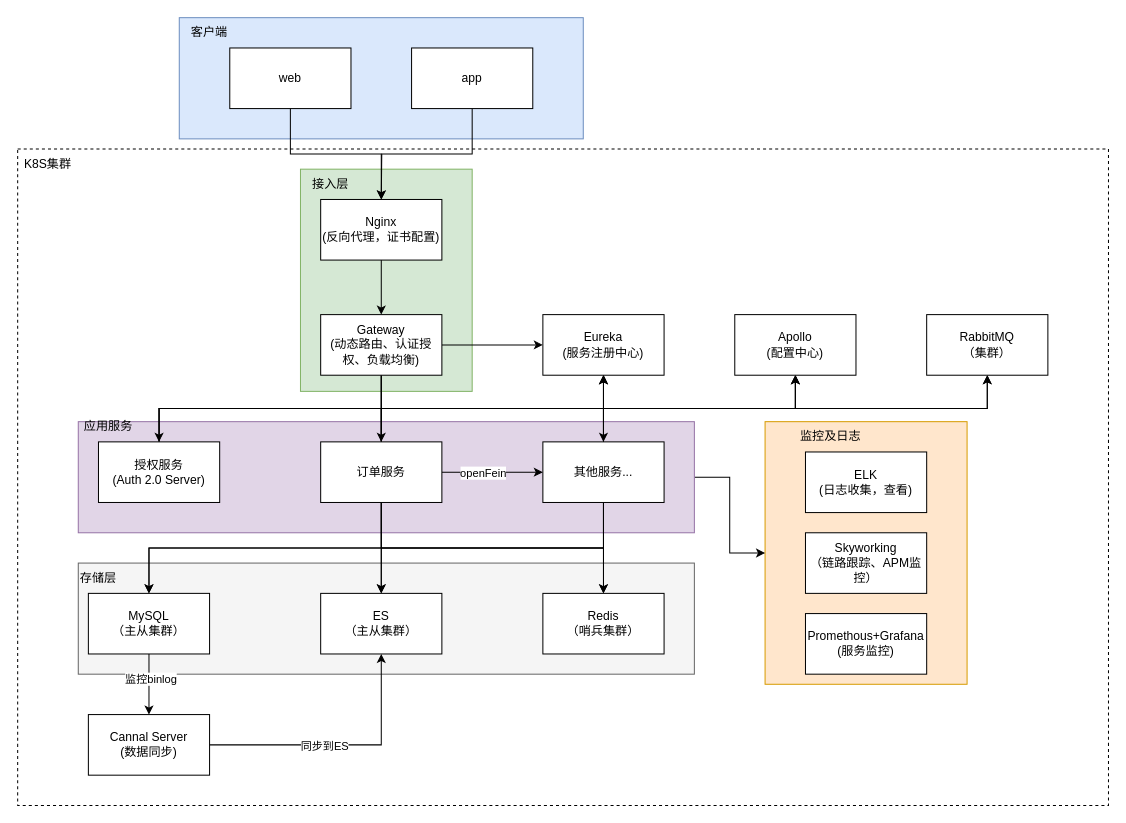
Earlier version of the draw.io diagram 立刻说项目架构.drawio (sinfar/draw). Source tidied: cells renumbered, new cells numbered last; positions are measured from the earlier drawing's top-left corner, leaving out a move shared by most shapes. Both pictures are drawn from the tidied source at 101%, with x=0, y=0 at pixel (17, 17).
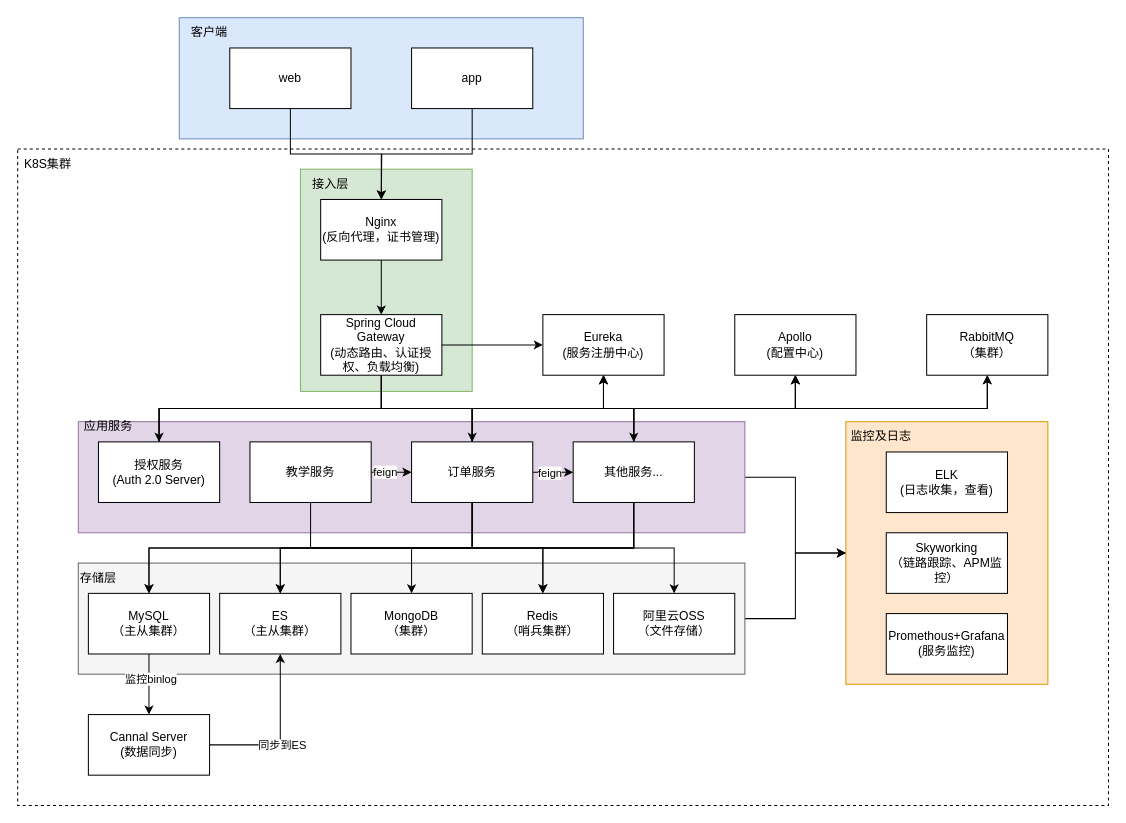
The same diagram, later.

Commit message (it also covers changes not shown here):
更新立刻说项目架构.drawio

Diff of the diagram source:
```diff
@@
     <mxCell id="3" style="rounded=0;whiteSpace=wrap;html=1;fillColor=#ffe6cc;strokeColor=#d79b00;" parent="1" vertex="1">
-      <mxGeometry x="740" y="400" width="200" height="260" as="geometry" />
+      <mxGeometry x="820" y="400" width="200" height="260" as="geometry" />
     </mxCell>
+    <mxCell id="59" style="edgeStyle=orthogonalEdgeStyle;rounded=0;jettySize=auto;html=1;exitX=1;exitY=0.5;exitDx=0;exitDy=0;entryX=0;entryY=0.5;entryDx=0;entryDy=0;" parent="1" edge="1" source="4" target="3">
+      <mxGeometry relative="1" as="geometry" />
+    </mxCell>
     <mxCell id="4" style="rounded=0;whiteSpace=wrap;html=1;fillColor=#f5f5f5;strokeColor=#666666;fontColor=#333333;" parent="1" vertex="1">
-      <mxGeometry x="60" y="540" width="610" height="110" as="geometry" />
+      <mxGeometry x="60" y="540" width="660" height="110" as="geometry" />
     </mxCell>
@@
     <mxCell id="7" style="rounded=0;whiteSpace=wrap;html=1;fillColor=#e1d5e7;strokeColor=#9673a6;" parent="1" vertex="1">
-      <mxGeometry x="60" y="400" width="610" height="110" as="geometry" />
+      <mxGeometry x="60" y="400" width="660" height="110" as="geometry" />
     </mxCell>
@@
-    <mxCell id="14" value="Nginx&lt;br&gt;(反向代理，证书配置)" style="rounded=0;whiteSpace=wrap;html=1;" parent="1" vertex="1">
+    <mxCell id="14" value="Nginx&lt;br&gt;(反向代理，证书管理)" style="rounded=0;whiteSpace=wrap;html=1;" parent="1" vertex="1">
       <mxGeometry x="300" y="180" width="120" height="60" as="geometry" />
     </mxCell>
@@
-    <mxCell id="19" value="Gateway&lt;br&gt;(动态路由、认证授权、负载均衡)" style="rounded=0;whiteSpace=wrap;html=1;" parent="1" vertex="1">
+    <mxCell id="19" value="Spring Cloud Gateway&lt;br&gt;(动态路由、认证授权、负载均衡)" style="rounded=0;whiteSpace=wrap;html=1;" parent="1" vertex="1">
       <mxGeometry x="300" y="294" width="120" height="60" as="geometry" />
     </mxCell>
@@
-    <mxCell id="22" style="edgeStyle=orthogonalEdgeStyle;rounded=0;jettySize=auto;html=1;exitX=1;exitY=0.5;exitDx=0;exitDy=0;entryX=0;entryY=0.5;entryDx=0;entryDy=0;" parent="1" edge="1" source="29" target="39">
-      <mxGeometry relative="1" as="geometry" />
-    </mxCell>
-    <mxCell id="23" value="openFein" style="edgeLabel;html=1;align=center;verticalAlign=middle;" parent="22" vertex="1">
-      <mxGeometry x="-0.2" relative="1" as="geometry" />
-    </mxCell>
@@
+    <mxCell id="22" style="edgeStyle=orthogonalEdgeStyle;rounded=0;jettySize=auto;html=1;exitX=1;exitY=0.5;exitDx=0;exitDy=0;entryX=0;entryY=0.5;entryDx=0;entryDy=0;" parent="1" edge="1" source="29" target="39">
+      <mxGeometry relative="1" as="geometry" />
+    </mxCell>
+    <mxCell id="60" value="feign" style="edgeLabel;html=1;align=center;verticalAlign=middle;" parent="22" vertex="1">
+      <mxGeometry x="-0.2" relative="1" as="geometry" />
+    </mxCell>
+    <mxCell id="61" style="edgeStyle=orthogonalEdgeStyle;rounded=0;jettySize=auto;html=1;exitX=0.5;exitY=1;exitDx=0;exitDy=0;entryX=0.5;entryY=0;entryDx=0;entryDy=0;" parent="1" edge="1" source="29" target="68">
+      <mxGeometry relative="1" as="geometry" />
+    </mxCell>
     <mxCell id="29" value="订单服务" style="rounded=0;whiteSpace=wrap;html=1;" parent="1" vertex="1">
-      <mxGeometry x="300" y="420" width="120" height="60" as="geometry" />
+      <mxGeometry x="390" y="420" width="120" height="60" as="geometry" />
     </mxCell>
@@
     <mxCell id="39" value="其他服务..." style="rounded=0;whiteSpace=wrap;html=1;" parent="1" vertex="1">
-      <mxGeometry x="520" y="420" width="120" height="60" as="geometry" />
+      <mxGeometry x="550" y="420" width="120" height="60" as="geometry" />
     </mxCell>
@@
     <mxCell id="48" value="ES&lt;br&gt;（主从集群）" style="rounded=0;whiteSpace=wrap;html=1;" parent="1" vertex="1">
-      <mxGeometry x="300" y="570" width="120" height="60" as="geometry" />
+      <mxGeometry x="200" y="570" width="120" height="60" as="geometry" />
     </mxCell>
     <mxCell id="49" value="Redis&lt;br&gt;（哨兵集群）" style="rounded=0;whiteSpace=wrap;html=1;" parent="1" vertex="1">
-      <mxGeometry x="520" y="570" width="120" height="60" as="geometry" />
+      <mxGeometry x="460" y="570" width="120" height="60" as="geometry" />
     </mxCell>
@@
     <mxCell id="55" value="ELK&lt;br&gt;(日志收集，查看)" style="rounded=0;whiteSpace=wrap;html=1;" parent="1" vertex="1">
-      <mxGeometry x="780" y="430" width="120" height="60" as="geometry" />
+      <mxGeometry x="860" y="430" width="120" height="60" as="geometry" />
     </mxCell>
     <mxCell id="56" value="Skyworking&lt;br&gt;（链路跟踪、APM监控）" style="rounded=0;whiteSpace=wrap;html=1;" parent="1" vertex="1">
-      <mxGeometry x="780" y="510" width="120" height="60" as="geometry" />
+      <mxGeometry x="860" y="510" width="120" height="60" as="geometry" />
     </mxCell>
     <mxCell id="57" value="Promethous+Grafana &lt;br&gt;(服务监控)" style="rounded=0;whiteSpace=wrap;html=1;" parent="1" vertex="1">
-      <mxGeometry x="780" y="590" width="120" height="60" as="geometry" />
+      <mxGeometry x="860" y="590" width="120" height="60" as="geometry" />
     </mxCell>
     <mxCell id="58" value="监控及日志" style="text;html=1;align=center;verticalAlign=middle;whiteSpace=wrap;rounded=0;" parent="1" vertex="1">
-      <mxGeometry x="770" y="400" width="70" height="30" as="geometry" />
+      <mxGeometry x="820" y="400" width="70" height="30" as="geometry" />
     </mxCell>
+    <mxCell id="62" value="阿里云OSS&lt;br&gt;（文件存储）" style="rounded=0;whiteSpace=wrap;html=1;" parent="1" vertex="1">
+      <mxGeometry x="590" y="570" width="120" height="60" as="geometry" />
+    </mxCell>
+    <mxCell id="63" style="edgeStyle=orthogonalEdgeStyle;rounded=0;jettySize=auto;html=1;exitX=1;exitY=0.5;exitDx=0;exitDy=0;entryX=0;entryY=0.5;entryDx=0;entryDy=0;" parent="1" edge="1" source="67" target="29">
+      <mxGeometry relative="1" as="geometry" />
+    </mxCell>
+    <mxCell id="64" style="edgeLabel;html=1;align=center;verticalAlign=middle;" parent="63" vertex="1">
+      <mxGeometry x="-0.6" y="-2" relative="1" as="geometry" />
+    </mxCell>
+    <mxCell id="65" value="feign" style="edgeLabel;html=1;align=center;verticalAlign=middle;" parent="63" vertex="1">
+      <mxGeometry x="-0.35" y="1" relative="1" as="geometry" />
+    </mxCell>
+    <mxCell id="66" style="edgeStyle=orthogonalEdgeStyle;rounded=0;jettySize=auto;html=1;exitX=0.5;exitY=1;exitDx=0;exitDy=0;" parent="1" edge="1" source="67" target="62">
+      <mxGeometry relative="1" as="geometry" />
+    </mxCell>
+    <mxCell id="67" value="教学服务" style="rounded=0;whiteSpace=wrap;html=1;" parent="1" vertex="1">
+      <mxGeometry x="230" y="420" width="120" height="60" as="geometry" />
+    </mxCell>
+    <mxCell id="68" value="MongoDB&lt;br&gt;（集群）" style="rounded=0;whiteSpace=wrap;html=1;" parent="1" vertex="1">
+      <mxGeometry x="330" y="570" width="120" height="60" as="geometry" />
+    </mxCell>
```
